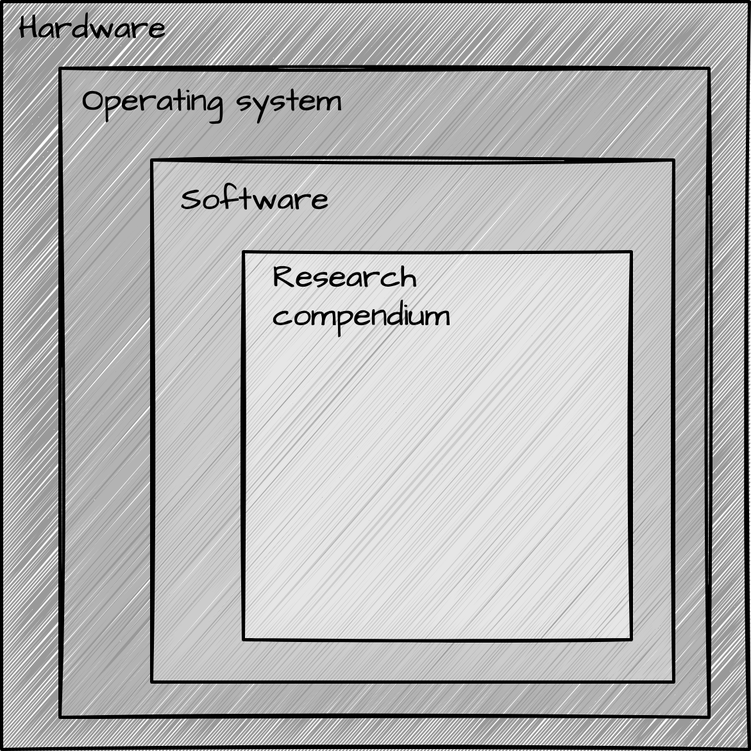
The draw.io diagram part_5/figures/nested-project.drawio.png in qtalr/book, before a commit. Source tidied: cells renumbered, new cells last; positions are measured from the earlier drawing's top-left corner, leaving out a move shared by most shapes.
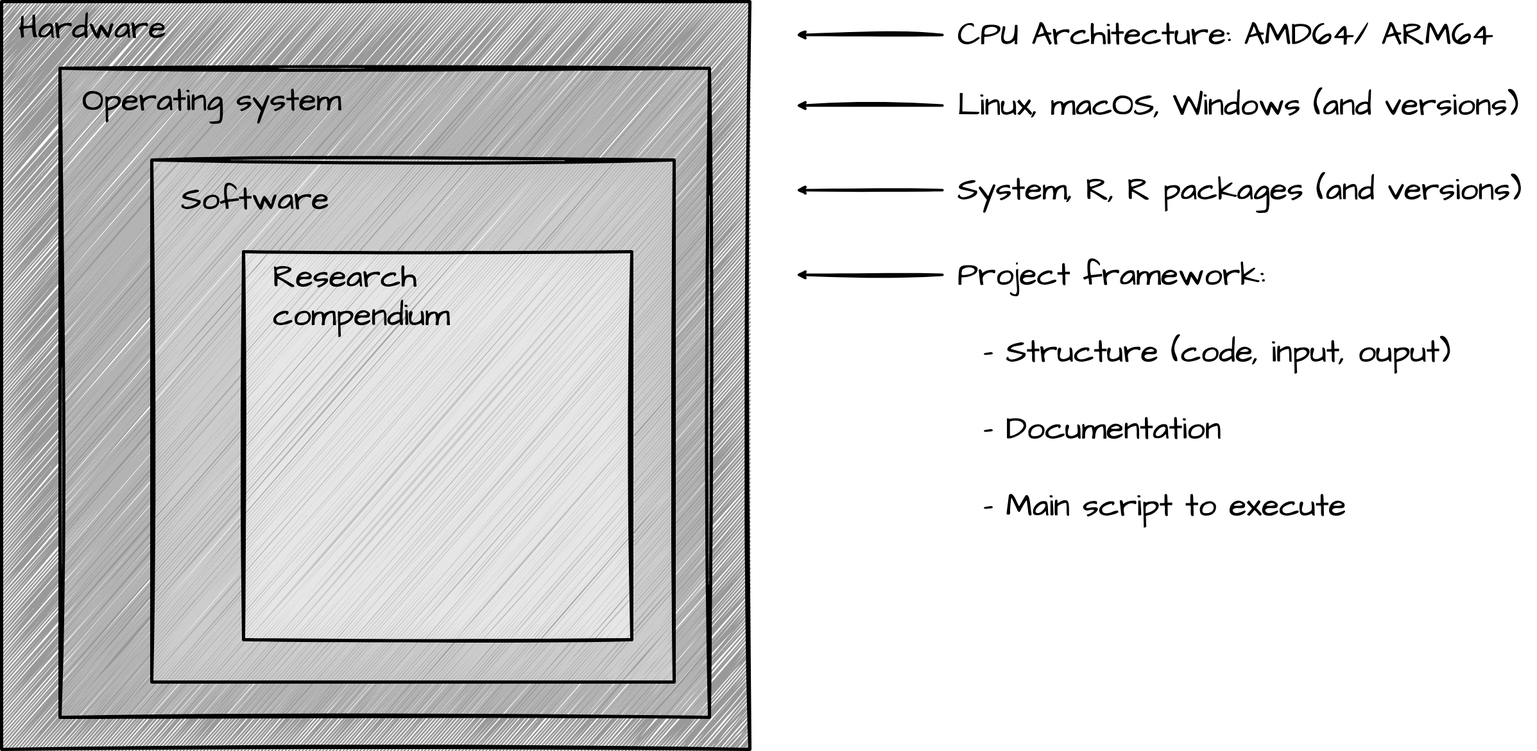
Above is the later version.

What changed in the source:
```diff
@@ -26,5 +26,41 @@
     <mxCell id="9" value="&lt;font color=&quot;#000000&quot;&gt;&lt;span style=&quot;font-size: 50px;&quot;&gt;Research compendium&lt;/span&gt;&lt;/font&gt;" style="text;strokeColor=none;align=left;fillColor=none;html=1;verticalAlign=middle;whiteSpace=wrap;rounded=0;sketch=1;hachureGap=4;jiggle=2;curveFitting=1;strokeWidth=5;fontFamily=Architects Daughter;fontSource=https%3A%2F%2Ffonts.googleapis.com%2Fcss%3Ffamily%3DArchitects%2BDaughter;fontSize=20;fontColor=default;" parent="1" vertex="1">
       <mxGeometry x="421" y="445" width="517" height="30" as="geometry" />
     </mxCell>
+    <mxCell id="10" style="edgeStyle=none;orthogonalLoop=1;jettySize=auto;html=1;sketch=1;hachureGap=4;jiggle=2;curveFitting=1;fontFamily=Architects Daughter;fontSource=https%3A%2F%2Ffonts.googleapis.com%2Fcss%3Ffamily%3DArchitects%2BDaughter;fontSize=16;strokeColor=#000000;strokeWidth=4;" parent="1" edge="1">
+      <mxGeometry relative="1" as="geometry">
+        <mxPoint x="1466" y="52" as="sourcePoint" />
+        <mxPoint x="1238" y="52" as="targetPoint" />
+      </mxGeometry>
+    </mxCell>
+    <mxCell id="11" value="&lt;font color=&quot;#000000&quot; style=&quot;font-size: 50px;&quot;&gt;CPU Architecture: AMD64/ ARM64&lt;/font&gt;" style="text;strokeColor=none;align=left;fillColor=none;html=1;verticalAlign=middle;whiteSpace=wrap;rounded=0;sketch=1;hachureGap=4;jiggle=2;curveFitting=1;strokeWidth=5;fontFamily=Architects Daughter;fontSource=https%3A%2F%2Ffonts.googleapis.com%2Fcss%3Ffamily%3DArchitects%2BDaughter;fontSize=20;fontColor=default;" parent="1" vertex="1">
+      <mxGeometry x="1488" y="26" width="902" height="52.3" as="geometry" />
+    </mxCell>
+    <mxCell id="12" style="edgeStyle=none;orthogonalLoop=1;jettySize=auto;html=1;sketch=1;hachureGap=4;jiggle=2;curveFitting=1;fontFamily=Architects Daughter;fontSource=https%3A%2F%2Ffonts.googleapis.com%2Fcss%3Ffamily%3DArchitects%2BDaughter;fontSize=16;strokeColor=#000000;strokeWidth=4;" parent="1" edge="1">
+      <mxGeometry relative="1" as="geometry">
+        <mxPoint x="1466" y="162" as="sourcePoint" />
+        <mxPoint x="1238" y="162" as="targetPoint" />
+      </mxGeometry>
+    </mxCell>
+    <mxCell id="13" value="&lt;font color=&quot;#000000&quot;&gt;&lt;span style=&quot;font-size: 50px;&quot;&gt;Linux, macOS, Windows (and versions)&lt;/span&gt;&lt;/font&gt;" style="text;strokeColor=none;align=left;fillColor=none;html=1;verticalAlign=middle;whiteSpace=wrap;rounded=0;sketch=1;hachureGap=4;jiggle=2;curveFitting=1;strokeWidth=5;fontFamily=Architects Daughter;fontSource=https%3A%2F%2Ffonts.googleapis.com%2Fcss%3Ffamily%3DArchitects%2BDaughter;fontSize=20;fontColor=default;" parent="1" vertex="1">
+      <mxGeometry x="1488" y="136" width="902" height="52.3" as="geometry" />
+    </mxCell>
+    <mxCell id="14" style="edgeStyle=none;orthogonalLoop=1;jettySize=auto;html=1;sketch=1;hachureGap=4;jiggle=2;curveFitting=1;fontFamily=Architects Daughter;fontSource=https%3A%2F%2Ffonts.googleapis.com%2Fcss%3Ffamily%3DArchitects%2BDaughter;fontSize=16;strokeColor=#000000;strokeWidth=4;" parent="1" edge="1">
+      <mxGeometry relative="1" as="geometry">
+        <mxPoint x="1466" y="294" as="sourcePoint" />
+        <mxPoint x="1238" y="294" as="targetPoint" />
+      </mxGeometry>
+    </mxCell>
+    <mxCell id="15" value="&lt;font color=&quot;#000000&quot; style=&quot;font-size: 50px;&quot;&gt;System, R, R packages (and versions)&lt;/font&gt;" style="text;strokeColor=none;align=left;fillColor=none;html=1;verticalAlign=middle;whiteSpace=wrap;rounded=0;sketch=1;hachureGap=4;jiggle=2;curveFitting=1;strokeWidth=5;fontFamily=Architects Daughter;fontSource=https%3A%2F%2Ffonts.googleapis.com%2Fcss%3Ffamily%3DArchitects%2BDaughter;fontSize=20;fontColor=default;" parent="1" vertex="1">
+      <mxGeometry x="1488" y="268" width="902" height="52.3" as="geometry" />
+    </mxCell>
+    <mxCell id="16" style="edgeStyle=none;orthogonalLoop=1;jettySize=auto;html=1;sketch=1;hachureGap=4;jiggle=2;curveFitting=1;fontFamily=Architects Daughter;fontSource=https%3A%2F%2Ffonts.googleapis.com%2Fcss%3Ffamily%3DArchitects%2BDaughter;fontSize=16;strokeColor=#000000;strokeWidth=4;" parent="1" edge="1">
+      <mxGeometry relative="1" as="geometry">
+        <mxPoint x="1466" y="426" as="sourcePoint" />
+        <mxPoint x="1238" y="426" as="targetPoint" />
+      </mxGeometry>
+    </mxCell>
+    <mxCell id="17" value="&lt;font color=&quot;#000000&quot; style=&quot;font-size: 50px;&quot;&gt;Project framework:&lt;br&gt;&lt;br&gt;&amp;nbsp; - Structure (code, input, ouput)&lt;br&gt;&lt;br&gt;&amp;nbsp; - Documentation&lt;br&gt;&lt;br&gt;&amp;nbsp; - Main script to execute&lt;br&gt;&lt;br&gt;&lt;/font&gt;" style="text;strokeColor=none;align=left;fillColor=none;html=1;verticalAlign=top;whiteSpace=wrap;rounded=0;sketch=1;hachureGap=4;jiggle=2;curveFitting=1;strokeWidth=5;fontFamily=Architects Daughter;fontSource=https%3A%2F%2Ffonts.googleapis.com%2Fcss%3Ffamily%3DArchitects%2BDaughter;fontSize=20;fontColor=default;" parent="1" vertex="1">
+      <mxGeometry x="1488" y="391" width="902" height="527" as="geometry" />
+    </mxCell>
   </root>
 </mxGraphModel>
```
